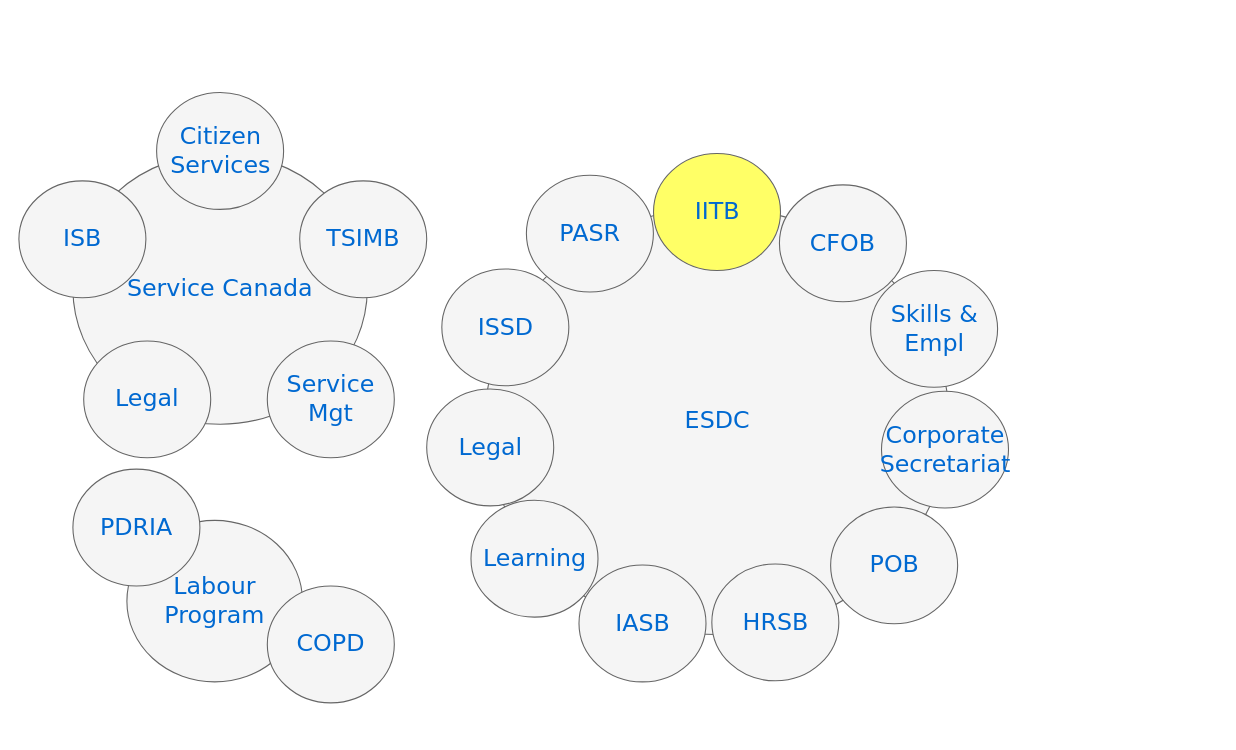
Earlier version of the draw.io diagram drawio/en/ESDC_overview.drawio (sara-sabr/ITStrategy). Source tidied: cells renumbered, new cells numbered last; positions are measured from the earlier drawing's top-left corner, leaving out a move shared by most shapes. Both pictures are drawn from the tidied source at 108%, with x=0, y=0 at pixel (18, 92).
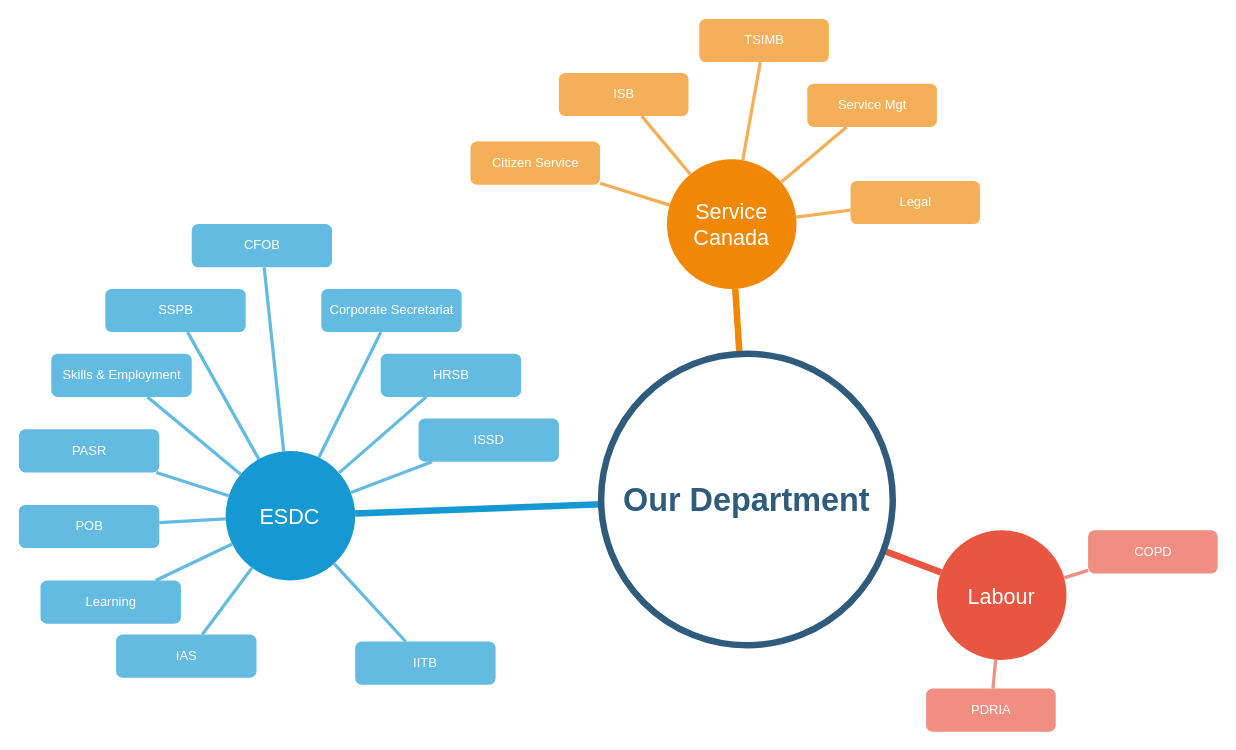
The same page after the edit.

Commit message (it also covers changes not shown here):
better ESDC Overview image

The edit, as a diff of the source:
```diff
@@
-    <mxCell id="2" value="ESDC" style="ellipse;whiteSpace=wrap;html=1;rounded=0;shadow=0;dashed=0;comic=0;fontFamily=Verdana;fontSize=22;fontColor=#0069D1;fillColor=#f5f5f5;strokeColor=#666666;" parent="1" vertex="1">
-      <mxGeometry x="431.6" y="106.7" width="429.7" height="395.3" as="geometry" />
+    <mxCell id="2" value="ESDC" style="ellipse;whiteSpace=wrap;html=1;shadow=0;fontFamily=Helvetica;fontSize=20;fontColor=#FFFFFF;align=center;strokeWidth=3;fillColor=#1699D3;strokeColor=none;" parent="1" vertex="1">
+      <mxGeometry x="191.4" y="332" width="120" height="120" as="geometry" />
     </mxCell>
-    <mxCell id="3" value="IITB" style="ellipse;whiteSpace=wrap;html=1;rounded=0;shadow=0;dashed=0;comic=0;fontFamily=Verdana;fontSize=22;fontColor=#0069D1;fillColor=#FFFF66;strokeColor=#666666;" parent="1" vertex="1">
-      <mxGeometry x="587.6" y="56.7" width="117.6" height="108.2" as="geometry" />
-    </mxCell>
-    <mxCell id="4" value="ISSD" style="ellipse;whiteSpace=wrap;html=1;rounded=0;shadow=0;dashed=0;comic=0;fontFamily=Verdana;fontSize=22;fontColor=#0069D1;fillColor=#f5f5f5;strokeColor=#666666;" parent="1" vertex="1">
-      <mxGeometry x="391.6" y="163.5" width="117.6" height="108.2" as="geometry" />
-    </mxCell>
-    <mxCell id="5" value="Corporate Secretariat" style="ellipse;whiteSpace=wrap;html=1;rounded=0;shadow=0;dashed=0;comic=0;fontFamily=Verdana;fontSize=22;fontColor=#0069D1;fillColor=#f5f5f5;strokeColor=#666666;" parent="1" vertex="1">
-      <mxGeometry x="798.7" y="276.7" width="117.6" height="108.2" as="geometry" />
-    </mxCell>
+    <mxCell id="14" value="Service Canada" style="ellipse;whiteSpace=wrap;html=1;shadow=0;fontFamily=Helvetica;fontSize=20;fontColor=#FFFFFF;align=center;strokeWidth=3;fillColor=#F08705;strokeColor=none;gradientColor=none;" parent="1" vertex="1">
+      <mxGeometry x="600" y="62" width="120" height="120" as="geometry" />
+    </mxCell>
+    <mxCell id="23" value="Labour" style="ellipse;whiteSpace=wrap;html=1;shadow=0;fontFamily=Helvetica;fontSize=20;fontColor=#FFFFFF;align=center;strokeWidth=3;fillColor=#E85642;strokeColor=none;" parent="1" vertex="1">
+      <mxGeometry x="850" y="405.5" width="120" height="120" as="geometry" />
+    </mxCell>
-    <mxCell id="6" value="Learning" style="ellipse;whiteSpace=wrap;html=1;rounded=0;shadow=0;dashed=0;comic=0;fontFamily=Verdana;fontSize=22;fontColor=#0069D1;fillColor=#f5f5f5;strokeColor=#666666;" parent="1" vertex="1">
-      <mxGeometry x="418.6" y="377.7" width="117.6" height="108.2" as="geometry" />
+    <mxCell id="6" value="Learning" style="rounded=1;fillColor=#64BBE2;strokeColor=none;strokeWidth=3;shadow=0;html=1;fontColor=#FFFFFF;" parent="1" vertex="1">
+      <mxGeometry x="20" y="452" width="130" height="40" as="geometry" />
     </mxCell>
-    <mxCell id="7" value="Legal" style="ellipse;whiteSpace=wrap;html=1;rounded=0;shadow=0;dashed=0;comic=0;fontFamily=Verdana;fontSize=22;fontColor=#0069D1;fillColor=#f5f5f5;strokeColor=#666666;" parent="1" vertex="1">
-      <mxGeometry x="377.6" y="274.7" width="117.6" height="108.2" as="geometry" />
-    </mxCell>
-    <mxCell id="8" value="CFOB" style="ellipse;whiteSpace=wrap;html=1;rounded=0;shadow=0;dashed=0;comic=0;fontFamily=Verdana;fontSize=22;fontColor=#0069D1;fillColor=#f5f5f5;strokeColor=#666666;" parent="1" vertex="1">
-      <mxGeometry x="704.2" y="85.7" width="117.6" height="108.2" as="geometry" />
-    </mxCell>
-    <mxCell id="9" value="HRSB" style="ellipse;whiteSpace=wrap;html=1;rounded=0;shadow=0;dashed=0;comic=0;fontFamily=Verdana;fontSize=22;fontColor=#0069D1;fillColor=#f5f5f5;strokeColor=#666666;" parent="1" vertex="1">
-      <mxGeometry x="641.6" y="436.7" width="117.6" height="108.2" as="geometry" />
-    </mxCell>
-    <mxCell id="10" value="IASB" style="ellipse;whiteSpace=wrap;html=1;rounded=0;shadow=0;dashed=0;comic=0;fontFamily=Verdana;fontSize=22;fontColor=#0069D1;fillColor=#f5f5f5;strokeColor=#666666;" parent="1" vertex="1">
-      <mxGeometry x="518.6" y="437.7" width="117.6" height="108.2" as="geometry" />
-    </mxCell>
+    <mxCell id="24" style="endArrow=none;strokeWidth=6;strokeColor=#1699D3;html=1;" parent="1" edge="1" source="50" target="2">
+      <mxGeometry relative="1" as="geometry" />
+    </mxCell>
+    <mxCell id="25" style="endArrow=none;strokeWidth=6;strokeColor=#f08705;html=1;" parent="1" edge="1" source="50" target="14">
+      <mxGeometry relative="1" as="geometry" />
+    </mxCell>
+    <mxCell id="26" style="endArrow=none;strokeWidth=6;strokeColor=#E85642;html=1;" parent="1" edge="1" source="50" target="23">
+      <mxGeometry relative="1" as="geometry" />
+    </mxCell>
+    <mxCell id="27" value="IAS" style="rounded=1;fillColor=#64BBE2;strokeColor=none;strokeWidth=3;shadow=0;html=1;fontColor=#FFFFFF;" parent="1" vertex="1">
+      <mxGeometry x="90" y="502" width="130" height="40" as="geometry" />
+    </mxCell>
-    <mxCell id="11" value="POB" style="ellipse;whiteSpace=wrap;html=1;rounded=0;shadow=0;dashed=0;comic=0;fontFamily=Verdana;fontSize=22;fontColor=#0069D1;fillColor=#f5f5f5;strokeColor=#666666;" parent="1" vertex="1">
-      <mxGeometry x="751.6" y="383.9" width="117.6" height="108.2" as="geometry" />
+    <mxCell id="11" value="POB" style="rounded=1;fillColor=#64BBE2;strokeColor=none;strokeWidth=3;shadow=0;html=1;fontColor=#FFFFFF;" parent="1" vertex="1">
+      <mxGeometry y="382" width="130" height="40" as="geometry" />
     </mxCell>
-    <mxCell id="12" value="PASR" style="ellipse;whiteSpace=wrap;html=1;rounded=0;shadow=0;dashed=0;comic=0;fontFamily=Verdana;fontSize=22;fontColor=#0069D1;fillColor=#f5f5f5;strokeColor=#666666;" parent="1" vertex="1">
-      <mxGeometry x="469.9" y="76.7" width="117.6" height="108.2" as="geometry" />
+    <mxCell id="12" value="PASR" style="rounded=1;fillColor=#64BBE2;strokeColor=none;strokeWidth=3;shadow=0;html=1;fontColor=#FFFFFF;" parent="1" vertex="1">
+      <mxGeometry y="312" width="130" height="40" as="geometry" />
     </mxCell>
-    <mxCell id="13" value="Skills &amp;amp; Empl" style="ellipse;whiteSpace=wrap;html=1;rounded=0;shadow=0;dashed=0;comic=0;fontFamily=Verdana;fontSize=22;fontColor=#0069D1;fillColor=#f5f5f5;strokeColor=#666666;" parent="1" vertex="1">
-      <mxGeometry x="788.6" y="164.9" width="117.6" height="108.2" as="geometry" />
-    </mxCell>
-    <mxCell id="14" value="Service Canada" style="ellipse;whiteSpace=wrap;html=1;rounded=0;shadow=0;dashed=0;comic=0;fontFamily=Verdana;fontSize=22;fontColor=#0069D1;fillColor=#f5f5f5;strokeColor=#666666;" parent="1" vertex="1">
-      <mxGeometry x="50" y="56.5" width="272.6" height="250.8" as="geometry" />
-    </mxCell>
-    <mxCell id="15" value="Citizen Services" style="ellipse;whiteSpace=wrap;html=1;rounded=0;shadow=0;dashed=0;comic=0;fontFamily=Verdana;fontSize=22;fontColor=#0069D1;fillColor=#f5f5f5;strokeColor=#666666;" parent="1" vertex="1">
-      <mxGeometry x="127.5" y="0.2" width="117.6" height="108.2" as="geometry" />
-    </mxCell>
+    <mxCell id="28" value="Skills &amp;amp; Employment" style="rounded=1;fillColor=#64BBE2;strokeColor=none;strokeWidth=3;shadow=0;html=1;fontColor=#FFFFFF;" parent="1" vertex="1">
+      <mxGeometry x="30" y="242" width="130" height="40" as="geometry" />
+    </mxCell>
+    <mxCell id="29" value="SSPB" style="rounded=1;fillColor=#64BBE2;strokeColor=none;strokeWidth=3;shadow=0;html=1;fontColor=#FFFFFF;" parent="1" vertex="1">
+      <mxGeometry x="80" y="182" width="130" height="40" as="geometry" />
+    </mxCell>
+    <mxCell id="8" value="CFOB" style="rounded=1;fillColor=#64BBE2;strokeColor=none;strokeWidth=3;shadow=0;html=1;fontColor=#FFFFFF;" parent="1" vertex="1">
+      <mxGeometry x="160" y="122" width="130" height="40" as="geometry" />
+    </mxCell>
+    <mxCell id="5" value="Corporate Secretariat" style="rounded=1;fillColor=#64BBE2;strokeColor=none;strokeWidth=3;shadow=0;html=1;fontColor=#FFFFFF;" parent="1" vertex="1">
+      <mxGeometry x="280" y="182" width="130" height="40" as="geometry" />
+    </mxCell>
+    <mxCell id="9" value="HRSB" style="rounded=1;fillColor=#64BBE2;strokeColor=none;strokeWidth=3;shadow=0;html=1;fontColor=#FFFFFF;" parent="1" vertex="1">
+      <mxGeometry x="335" y="242" width="130" height="40" as="geometry" />
+    </mxCell>
+    <mxCell id="4" value="ISSD" style="rounded=1;fillColor=#64BBE2;strokeColor=none;strokeWidth=3;shadow=0;html=1;fontColor=#FFFFFF;" parent="1" vertex="1">
+      <mxGeometry x="370" y="302" width="130" height="40" as="geometry" />
+    </mxCell>
+    <mxCell id="3" value="IITB" style="rounded=1;fillColor=#64BBE2;strokeColor=none;strokeWidth=3;shadow=0;html=1;fontColor=#FFFFFF;" parent="1" vertex="1">
+      <mxGeometry x="311.4" y="508.5" width="130" height="40" as="geometry" />
+    </mxCell>
+    <mxCell id="30" style="edgeStyle=none;endArrow=none;strokeWidth=3;strokeColor=#64BBE2;html=1;" parent="1" edge="1" source="2" target="3">
+      <mxGeometry x="-540" y="250" as="geometry" />
+    </mxCell>
+    <mxCell id="31" style="edgeStyle=none;endArrow=none;strokeWidth=3;strokeColor=#64BBE2;html=1;" parent="1" edge="1" source="2" target="27">
+      <mxGeometry x="-540" y="250" as="geometry" />
+    </mxCell>
+    <mxCell id="32" style="edgeStyle=none;endArrow=none;strokeWidth=3;strokeColor=#64BBE2;html=1;" parent="1" edge="1" source="2" target="6">
+      <mxGeometry x="-540" y="250" as="geometry" />
+    </mxCell>
+    <mxCell id="33" style="edgeStyle=none;endArrow=none;strokeWidth=3;strokeColor=#64BBE2;html=1;" parent="1" edge="1" source="2" target="11">
+      <mxGeometry x="-540" y="250" as="geometry" />
+    </mxCell>
+    <mxCell id="34" style="edgeStyle=none;endArrow=none;strokeWidth=3;strokeColor=#64BBE2;html=1;" parent="1" edge="1" source="2" target="12">
+      <mxGeometry x="-540" y="250" as="geometry" />
+    </mxCell>
+    <mxCell id="35" style="edgeStyle=none;endArrow=none;strokeWidth=3;strokeColor=#64BBE2;html=1;" parent="1" edge="1" source="2" target="28">
+      <mxGeometry x="-540" y="250" as="geometry" />
+    </mxCell>
+    <mxCell id="36" style="edgeStyle=none;endArrow=none;strokeWidth=3;strokeColor=#64BBE2;html=1;" parent="1" edge="1" source="2" target="29">
+      <mxGeometry x="-540" y="250" as="geometry" />
+    </mxCell>
+    <mxCell id="37" style="edgeStyle=none;endArrow=none;strokeWidth=3;strokeColor=#64BBE2;html=1;" parent="1" edge="1" source="2" target="8">
+      <mxGeometry x="-540" y="250" as="geometry" />
+    </mxCell>
+    <mxCell id="38" style="edgeStyle=none;endArrow=none;strokeWidth=3;strokeColor=#64BBE2;html=1;" parent="1" edge="1" source="2" target="5">
+      <mxGeometry x="-540" y="250" as="geometry" />
+    </mxCell>
+    <mxCell id="39" style="edgeStyle=none;endArrow=none;strokeWidth=3;strokeColor=#64BBE2;html=1;" parent="1" edge="1" source="2" target="9">
+      <mxGeometry x="-540" y="250" as="geometry" />
+    </mxCell>
+    <mxCell id="40" style="edgeStyle=none;endArrow=none;strokeWidth=3;strokeColor=#64BBE2;html=1;" parent="1" edge="1" source="2" target="4">
+      <mxGeometry x="-540" y="250" as="geometry" />
+    </mxCell>
+    <mxCell id="41" value="Citizen Service" style="rounded=1;fillColor=#f5af58;strokeColor=none;strokeWidth=3;shadow=0;html=1;fontColor=#FFFFFF;" parent="1" vertex="1">
+      <mxGeometry x="418.1" y="45.5" width="120" height="40" as="geometry" />
+    </mxCell>
+    <mxCell id="17" value="ISB" style="rounded=1;fillColor=#f5af58;strokeColor=none;strokeWidth=3;shadow=0;html=1;fontColor=#FFFFFF;" parent="1" vertex="1">
+      <mxGeometry x="500" y="-18" width="120" height="40" as="geometry" />
+    </mxCell>
+    <mxCell id="19" value="TSIMB" style="rounded=1;fillColor=#f5af58;strokeColor=none;strokeWidth=3;shadow=0;html=1;fontColor=#FFFFFF;" parent="1" vertex="1">
+      <mxGeometry x="630" y="-68" width="120" height="40" as="geometry" />
+    </mxCell>
-    <mxCell id="16" value="Service Mgt" style="ellipse;whiteSpace=wrap;html=1;rounded=0;shadow=0;dashed=0;comic=0;fontFamily=Verdana;fontSize=22;fontColor=#0069D1;fillColor=#f5f5f5;strokeColor=#666666;" parent="1" vertex="1">
-      <mxGeometry x="230" y="230.2" width="117.6" height="108.2" as="geometry" />
+    <mxCell id="16" value="Service Mgt" style="rounded=1;fillColor=#f5af58;strokeColor=none;strokeWidth=3;shadow=0;html=1;fontColor=#FFFFFF;" parent="1" vertex="1">
+      <mxGeometry x="730" y="-8" width="120" height="40" as="geometry" />
     </mxCell>
-    <mxCell id="17" value="ISB" style="ellipse;whiteSpace=wrap;html=1;rounded=0;shadow=0;dashed=0;comic=0;fontFamily=Verdana;fontSize=22;fontColor=#0069D1;fillColor=#f5f5f5;strokeColor=#666666;" parent="1" vertex="1">
-      <mxGeometry y="82" width="117.6" height="108.2" as="geometry" />
-    </mxCell>
-    <mxCell id="18" value="Legal" style="ellipse;whiteSpace=wrap;html=1;rounded=0;shadow=0;dashed=0;comic=0;fontFamily=Verdana;fontSize=22;fontColor=#0069D1;fillColor=#f5f5f5;strokeColor=#666666;" parent="1" vertex="1">
-      <mxGeometry x="60" y="230.2" width="117.6" height="108.2" as="geometry" />
-    </mxCell>
-    <mxCell id="19" value="TSIMB" style="ellipse;whiteSpace=wrap;html=1;rounded=0;shadow=0;dashed=0;comic=0;fontFamily=Verdana;fontSize=22;fontColor=#0069D1;fillColor=#f5f5f5;strokeColor=#666666;" parent="1" vertex="1">
-      <mxGeometry x="260" y="82" width="117.6" height="108.2" as="geometry" />
-    </mxCell>
-    <mxCell id="20" value="Labour Program" style="ellipse;whiteSpace=wrap;html=1;rounded=0;shadow=0;dashed=0;comic=0;fontFamily=Verdana;fontSize=22;fontColor=#0069D1;fillColor=#f5f5f5;strokeColor=#666666;" parent="1" vertex="1">
-      <mxGeometry x="100" y="396.3" width="162.6" height="149.6" as="geometry" />
-    </mxCell>
+    <mxCell id="42" value="Legal" style="rounded=1;fillColor=#f5af58;strokeColor=none;strokeWidth=3;shadow=0;html=1;fontColor=#FFFFFF;" parent="1" vertex="1">
+      <mxGeometry x="770" y="82" width="120" height="40" as="geometry" />
+    </mxCell>
+    <mxCell id="43" style="edgeStyle=none;endArrow=none;strokeWidth=3;strokeColor=#F5AF58;html=1;" parent="1" edge="1" source="14" target="41">
+      <mxGeometry x="-338.4" y="-255" as="geometry" />
+    </mxCell>
+    <mxCell id="44" style="edgeStyle=none;endArrow=none;strokeWidth=3;strokeColor=#F5AF58;html=1;" parent="1" edge="1" source="14" target="17">
+      <mxGeometry x="-338.4" y="-255" as="geometry" />
+    </mxCell>
+    <mxCell id="45" style="edgeStyle=none;endArrow=none;strokeWidth=3;strokeColor=#F5AF58;html=1;" parent="1" edge="1" source="14" target="19">
+      <mxGeometry x="-338.4" y="-255" as="geometry" />
+    </mxCell>
+    <mxCell id="46" style="edgeStyle=none;endArrow=none;strokeWidth=3;strokeColor=#F5AF58;html=1;" parent="1" edge="1" source="14" target="16">
+      <mxGeometry x="-338.4" y="-255" as="geometry" />
+    </mxCell>
+    <mxCell id="47" style="edgeStyle=none;endArrow=none;strokeWidth=3;strokeColor=#F5AF58;html=1;" parent="1" edge="1" source="14" target="42">
+      <mxGeometry x="-338.4" y="-255" as="geometry" />
+    </mxCell>
-    <mxCell id="21" value="PDRIA" style="ellipse;whiteSpace=wrap;html=1;rounded=0;shadow=0;dashed=0;comic=0;fontFamily=Verdana;fontSize=22;fontColor=#0069D1;fillColor=#f5f5f5;strokeColor=#666666;" parent="1" vertex="1">
-      <mxGeometry x="50" y="348.9" width="117.6" height="108.2" as="geometry" />
+    <mxCell id="21" value="PDRIA" style="rounded=1;fillColor=#f08e81;strokeColor=none;strokeWidth=3;shadow=0;html=1;fontColor=#FFFFFF;" parent="1" vertex="1">
+      <mxGeometry x="840" y="552" width="120" height="40" as="geometry" />
     </mxCell>
-    <mxCell id="22" value="COPD" style="ellipse;whiteSpace=wrap;html=1;rounded=0;shadow=0;dashed=0;comic=0;fontFamily=Verdana;fontSize=22;fontColor=#0069D1;fillColor=#f5f5f5;strokeColor=#666666;" parent="1" vertex="1">
-      <mxGeometry x="230" y="457.1" width="117.6" height="108.2" as="geometry" />
+    <mxCell id="22" value="COPD" style="rounded=1;fillColor=#f08e81;strokeColor=none;strokeWidth=3;shadow=0;html=1;fontColor=#FFFFFF;" parent="1" vertex="1">
+      <mxGeometry x="990" y="405.5" width="120" height="40" as="geometry" />
     </mxCell>
+    <mxCell id="48" style="edgeStyle=none;endArrow=none;strokeWidth=3;strokeColor=#F08E81;html=1;" parent="1" edge="1" source="23" target="21">
+      <mxGeometry x="-380.9" y="-170" as="geometry" />
+    </mxCell>
+    <mxCell id="49" style="edgeStyle=none;endArrow=none;strokeWidth=3;strokeColor=#F08E81;html=1;" parent="1" edge="1" source="23" target="22">
+      <mxGeometry x="-380.9" y="-170" as="geometry" />
+    </mxCell>
+    <mxCell id="50" value="Our Department" style="ellipse;whiteSpace=wrap;html=1;shadow=0;fontFamily=Helvetica;fontSize=30;fontColor=#2F5B7C;align=center;strokeColor=#2F5B7C;strokeWidth=6;fillColor=#FFFFFF;fontStyle=1;gradientColor=none;" parent="1" vertex="1">
+      <mxGeometry x="539.1" y="242" width="270" height="270" as="geometry" />
+    </mxCell>
```
